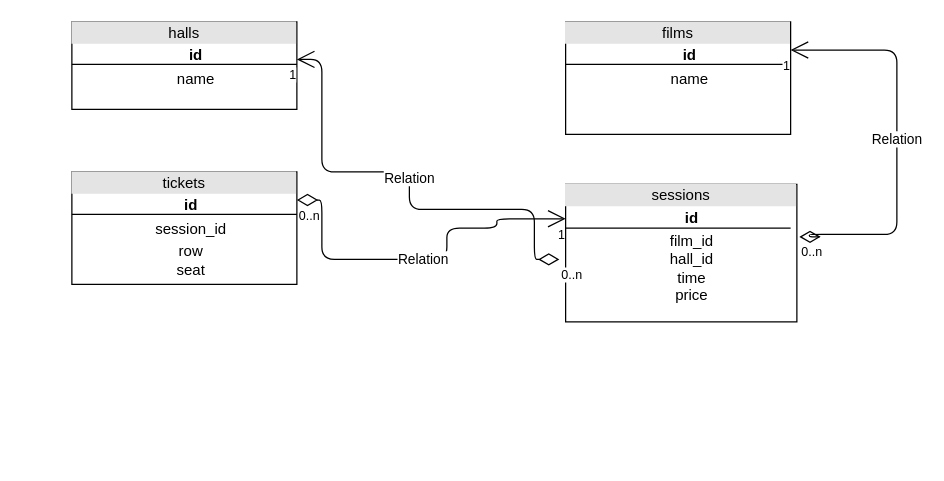
Earlier version of the draw.io diagram CinemaER.drawio (otusteamedu/PHP). Source tidied: cells renumbered, new cells numbered last; positions are measured from the earlier drawing's top-left corner, leaving out a move shared by most shapes. Both pictures are drawn from the tidied source at 125%, with x=0, y=0 at pixel (71, 21).
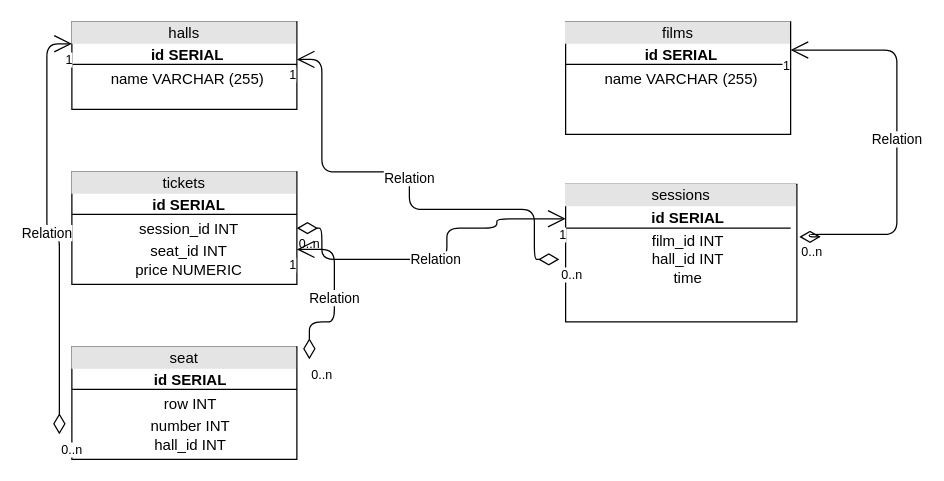
After the change.

Commit message (it also covers changes not shown here):
add seats entity, move price to tickets

What changed in the source:
```diff
@@
-    <mxCell id="2" value="&lt;div style=&quot;box-sizing: border-box ; width: 100% ; background: #e4e4e4 ; padding: 2px&quot;&gt;halls&lt;/div&gt;&lt;table style=&quot;width: 100% ; font-size: 1em&quot; cellpadding=&quot;2&quot; cellspacing=&quot;0&quot;&gt;&lt;tbody&gt;&lt;tr&gt;&lt;td&gt;&lt;br&gt;&lt;/td&gt;&lt;td&gt;&lt;b&gt;id&lt;/b&gt;&lt;/td&gt;&lt;/tr&gt;&lt;tr&gt;&lt;td&gt;&lt;br&gt;&lt;/td&gt;&lt;td&gt;name&lt;/td&gt;&lt;/tr&gt;&lt;tr&gt;&lt;td&gt;&lt;/td&gt;&lt;td&gt;&lt;br&gt;&lt;/td&gt;&lt;/tr&gt;&lt;/tbody&gt;&lt;/table&gt;" style="verticalAlign=top;align=center;overflow=fill;html=1;" parent="1" vertex="1">
+    <mxCell id="2" value="&lt;div style=&quot;box-sizing: border-box ; width: 100% ; background: #e4e4e4 ; padding: 2px&quot;&gt;halls&lt;/div&gt;&lt;table style=&quot;width: 100% ; font-size: 1em&quot; cellpadding=&quot;2&quot; cellspacing=&quot;0&quot;&gt;&lt;tbody&gt;&lt;tr&gt;&lt;td&gt;&lt;br&gt;&lt;/td&gt;&lt;td&gt;&lt;b&gt;id SERIAL&lt;/b&gt;&lt;/td&gt;&lt;/tr&gt;&lt;tr&gt;&lt;td&gt;&lt;br&gt;&lt;/td&gt;&lt;td&gt;name VARCHAR (255)&lt;/td&gt;&lt;/tr&gt;&lt;tr&gt;&lt;td&gt;&lt;/td&gt;&lt;td&gt;&lt;br&gt;&lt;/td&gt;&lt;/tr&gt;&lt;/tbody&gt;&lt;/table&gt;" style="verticalAlign=top;align=center;overflow=fill;html=1;" parent="1" vertex="1">
       <mxGeometry width="180" height="70" as="geometry" />
     </mxCell>
-    <mxCell id="3" value="&lt;div style=&quot;box-sizing: border-box ; width: 100% ; background: #e4e4e4 ; padding: 2px&quot;&gt;films&lt;/div&gt;&lt;table style=&quot;width: 100% ; font-size: 1em&quot; cellpadding=&quot;2&quot; cellspacing=&quot;0&quot;&gt;&lt;tbody&gt;&lt;tr&gt;&lt;td&gt;&lt;br&gt;&lt;/td&gt;&lt;td&gt;&lt;b&gt;id&lt;/b&gt;&lt;/td&gt;&lt;/tr&gt;&lt;tr&gt;&lt;td&gt;&lt;br&gt;&lt;/td&gt;&lt;td&gt;name&lt;/td&gt;&lt;/tr&gt;&lt;tr&gt;&lt;td&gt;&lt;br&gt;&lt;/td&gt;&lt;td&gt;&lt;/td&gt;&lt;/tr&gt;&lt;/tbody&gt;&lt;/table&gt;" style="verticalAlign=top;align=center;overflow=fill;html=1;" parent="1" vertex="1">
+    <mxCell id="3" value="&lt;div style=&quot;box-sizing: border-box ; width: 100% ; background: #e4e4e4 ; padding: 2px&quot;&gt;films&lt;/div&gt;&lt;table style=&quot;width: 100% ; font-size: 1em&quot; cellpadding=&quot;2&quot; cellspacing=&quot;0&quot;&gt;&lt;tbody&gt;&lt;tr&gt;&lt;td&gt;&lt;br&gt;&lt;/td&gt;&lt;td&gt;&lt;b&gt;id&amp;nbsp;&lt;/b&gt;&lt;b&gt;SERIAL&lt;/b&gt;&lt;/td&gt;&lt;/tr&gt;&lt;tr&gt;&lt;td&gt;&lt;br&gt;&lt;/td&gt;&lt;td&gt;name VARCHAR (255)&lt;/td&gt;&lt;/tr&gt;&lt;tr&gt;&lt;td&gt;&lt;br&gt;&lt;/td&gt;&lt;td&gt;&lt;/td&gt;&lt;/tr&gt;&lt;/tbody&gt;&lt;/table&gt;" style="verticalAlign=top;align=center;overflow=fill;html=1;" parent="1" vertex="1">
       <mxGeometry x="395" width="180" height="90" as="geometry" />
     </mxCell>
-    <mxCell id="4" value="&lt;div style=&quot;box-sizing: border-box ; width: 100% ; background: #e4e4e4 ; padding: 2px&quot;&gt;tickets&lt;/div&gt;&lt;table style=&quot;width: 100% ; font-size: 1em&quot; cellpadding=&quot;2&quot; cellspacing=&quot;0&quot;&gt;&lt;tbody&gt;&lt;tr&gt;&lt;td&gt;&lt;br&gt;&lt;/td&gt;&lt;td&gt;&lt;b&gt;id&lt;/b&gt;&lt;/td&gt;&lt;/tr&gt;&lt;tr&gt;&lt;td&gt;&lt;br&gt;&lt;/td&gt;&lt;td&gt;session_id&lt;/td&gt;&lt;/tr&gt;&lt;tr&gt;&lt;td&gt;&lt;/td&gt;&lt;td&gt;row&lt;br&gt;seat&lt;/td&gt;&lt;/tr&gt;&lt;/tbody&gt;&lt;/table&gt;" style="verticalAlign=top;align=center;overflow=fill;html=1;" parent="1" vertex="1">
+    <mxCell id="4" value="&lt;div style=&quot;box-sizing: border-box ; width: 100% ; background: #e4e4e4 ; padding: 2px&quot;&gt;tickets&lt;/div&gt;&lt;table style=&quot;width: 100% ; font-size: 1em&quot; cellpadding=&quot;2&quot; cellspacing=&quot;0&quot;&gt;&lt;tbody&gt;&lt;tr&gt;&lt;td&gt;&lt;br&gt;&lt;/td&gt;&lt;td&gt;&lt;b&gt;id&amp;nbsp;&lt;/b&gt;&lt;b&gt;SERIAL&lt;/b&gt;&lt;/td&gt;&lt;/tr&gt;&lt;tr&gt;&lt;td&gt;&lt;br&gt;&lt;/td&gt;&lt;td&gt;session_id INT&lt;/td&gt;&lt;/tr&gt;&lt;tr&gt;&lt;td&gt;&lt;/td&gt;&lt;td&gt;seat_id INT&lt;br&gt;price NUMERIC&lt;/td&gt;&lt;/tr&gt;&lt;/tbody&gt;&lt;/table&gt;" style="verticalAlign=top;align=center;overflow=fill;html=1;" parent="1" vertex="1">
       <mxGeometry y="120" width="180" height="90" as="geometry" />
     </mxCell>
-    <mxCell id="5" value="&lt;div style=&quot;box-sizing: border-box ; width: 100% ; background: #e4e4e4 ; padding: 2px&quot;&gt;sessions&lt;/div&gt;&lt;table style=&quot;width: 100% ; font-size: 1em&quot; cellpadding=&quot;2&quot; cellspacing=&quot;0&quot;&gt;&lt;tbody&gt;&lt;tr&gt;&lt;td&gt;&lt;/td&gt;&lt;td&gt;&lt;b&gt;id&lt;/b&gt;&lt;/td&gt;&lt;/tr&gt;&lt;tr&gt;&lt;td&gt;&lt;br&gt;&lt;/td&gt;&lt;td&gt;film_id&lt;br&gt;hall_id&lt;br&gt;time&lt;br&gt;price&lt;/td&gt;&lt;/tr&gt;&lt;/tbody&gt;&lt;/table&gt;" style="verticalAlign=top;align=center;overflow=fill;html=1;" parent="1" vertex="1">
+    <mxCell id="5" value="&lt;div style=&quot;box-sizing: border-box ; width: 100% ; background: #e4e4e4 ; padding: 2px&quot;&gt;sessions&lt;/div&gt;&lt;table style=&quot;width: 100% ; font-size: 1em&quot; cellpadding=&quot;2&quot; cellspacing=&quot;0&quot;&gt;&lt;tbody&gt;&lt;tr&gt;&lt;td&gt;&lt;/td&gt;&lt;td&gt;&lt;b&gt;id&amp;nbsp;&lt;/b&gt;&lt;b&gt;SERIAL&lt;/b&gt;&lt;/td&gt;&lt;/tr&gt;&lt;tr&gt;&lt;td&gt;&lt;br&gt;&lt;/td&gt;&lt;td&gt;film_id INT&lt;br&gt;hall_id INT&lt;br&gt;time&lt;br&gt;&lt;br&gt;&lt;/td&gt;&lt;/tr&gt;&lt;/tbody&gt;&lt;/table&gt;" style="verticalAlign=top;align=center;overflow=fill;html=1;" parent="1" vertex="1">
       <mxGeometry x="395" y="130" width="185" height="110" as="geometry" />
     </mxCell>
@@
-    <mxCell id="16" value="Relation" style="endArrow=open;html=1;endSize=12;startArrow=diamondThin;startSize=14;startFill=0;edgeStyle=orthogonalEdgeStyle;exitX=1;exitY=0.25;exitDx=0;exitDy=0;entryX=0;entryY=0.25;entryDx=0;entryDy=0;" parent="1" edge="1" source="4" target="5">
+    <mxCell id="16" value="Relation" style="endArrow=open;html=1;endSize=12;startArrow=diamondThin;startSize=14;startFill=0;edgeStyle=orthogonalEdgeStyle;exitX=1;exitY=0.5;exitDx=0;exitDy=0;entryX=0;entryY=0.25;entryDx=0;entryDy=0;" parent="1" edge="1" source="4" target="5">
       <mxGeometry relative="1" as="geometry">
         <Array as="points">
-          <mxPoint x="200" y="143" />
+          <mxPoint x="200" y="165" />
           <mxPoint x="200" y="190" />
           <mxPoint x="300" y="190" />
           <mxPoint x="300" y="165" />
           <mxPoint x="340" y="165" />
           <mxPoint x="340" y="158" />
         </Array>
       </mxGeometry>
     </mxCell>
@@
+    <mxCell id="20" value="&lt;div style=&quot;box-sizing: border-box ; width: 100% ; background: #e4e4e4 ; padding: 2px&quot;&gt;seat&lt;/div&gt;&lt;table style=&quot;width: 100% ; font-size: 1em&quot; cellpadding=&quot;2&quot; cellspacing=&quot;0&quot;&gt;&lt;tbody&gt;&lt;tr&gt;&lt;td&gt;&lt;br&gt;&lt;/td&gt;&lt;td&gt;&lt;b&gt;id&amp;nbsp;&lt;/b&gt;&lt;b&gt;SERIAL&lt;/b&gt;&lt;/td&gt;&lt;/tr&gt;&lt;tr&gt;&lt;td&gt;&lt;br&gt;&lt;/td&gt;&lt;td&gt;row INT&lt;/td&gt;&lt;/tr&gt;&lt;tr&gt;&lt;td&gt;&lt;/td&gt;&lt;td&gt;number INT&lt;br&gt;hall_id INT&lt;/td&gt;&lt;/tr&gt;&lt;/tbody&gt;&lt;/table&gt;" style="verticalAlign=top;align=center;overflow=fill;html=1;" parent="1" vertex="1">
+      <mxGeometry y="260" width="180" height="90" as="geometry" />
+    </mxCell>
+    <mxCell id="21" style="line;strokeWidth=1;fillColor=none;align=left;verticalAlign=middle;spacingTop=-1;spacingLeft=3;spacingRight=3;labelPosition=right;" parent="1" vertex="1">
+      <mxGeometry y="290" width="180" height="8" as="geometry" />
+    </mxCell>
+    <mxCell id="22" value="Relation" style="endArrow=open;html=1;endSize=12;startArrow=diamondThin;startSize=14;startFill=0;edgeStyle=orthogonalEdgeStyle;" parent="1" edge="1">
+      <mxGeometry relative="1" as="geometry">
+        <mxPoint x="190" y="270" as="sourcePoint" />
+        <mxPoint x="180" y="182" as="targetPoint" />
+        <Array as="points">
+          <mxPoint x="190" y="240" />
+          <mxPoint x="210" y="240" />
+          <mxPoint x="210" y="182" />
+        </Array>
+      </mxGeometry>
+    </mxCell>
+    <mxCell id="23" value="0..n" style="html=1;align=left;verticalAlign=top;labelBackgroundColor=#ffffff;fontSize=10;" parent="22" vertex="1">
+      <mxGeometry x="-1" relative="1" as="geometry" />
+    </mxCell>
+    <mxCell id="24" value="1" style="html=1;align=right;verticalAlign=top;labelBackgroundColor=#ffffff;fontSize=10;" parent="22" vertex="1">
+      <mxGeometry x="1" relative="1" as="geometry" />
+    </mxCell>
+    <mxCell id="25" value="Relation" style="endArrow=open;html=1;endSize=12;startArrow=diamondThin;startSize=14;startFill=0;edgeStyle=orthogonalEdgeStyle;entryX=0;entryY=0.25;entryDx=0;entryDy=0;" parent="1" edge="1" target="2">
+      <mxGeometry relative="1" as="geometry">
+        <mxPoint x="-10" y="330" as="sourcePoint" />
+        <Array as="points">
+          <mxPoint x="-10" y="170" />
+          <mxPoint x="-20" y="170" />
+          <mxPoint x="-20" y="18" />
+        </Array>
+      </mxGeometry>
+    </mxCell>
+    <mxCell id="26" value="0..n" style="html=1;align=left;verticalAlign=top;labelBackgroundColor=#ffffff;fontSize=10;" parent="25" vertex="1">
+      <mxGeometry x="-1" relative="1" as="geometry" />
+    </mxCell>
+    <mxCell id="27" value="1" style="html=1;align=right;verticalAlign=top;labelBackgroundColor=#ffffff;fontSize=10;" parent="25" vertex="1">
+      <mxGeometry x="1" relative="1" as="geometry" />
+    </mxCell>
```
